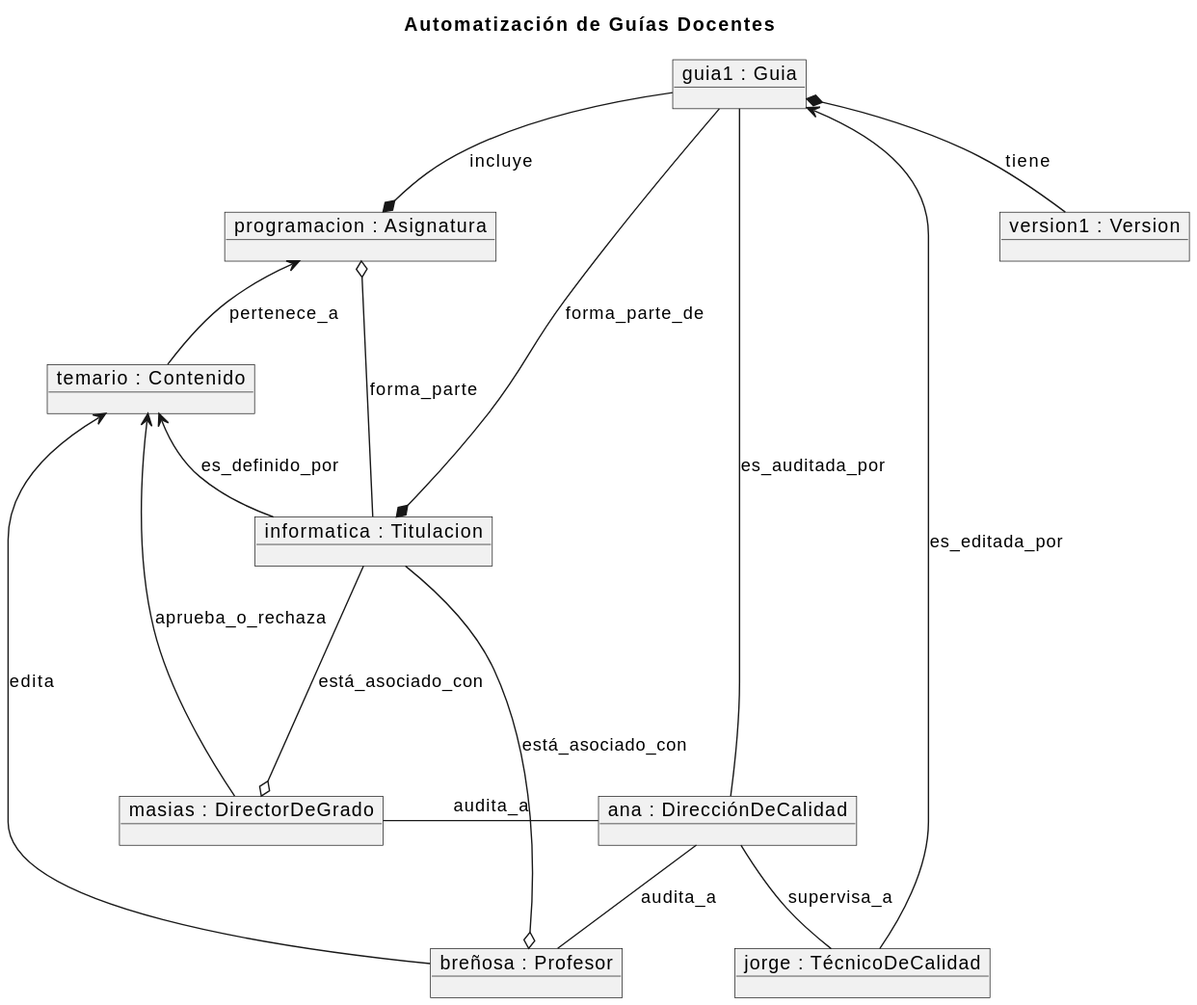
The PlantUML diagram images/modelosUML/DiagramaObjetos.svg in mmasias/24-25-IdSw1-SDR, before a commit.
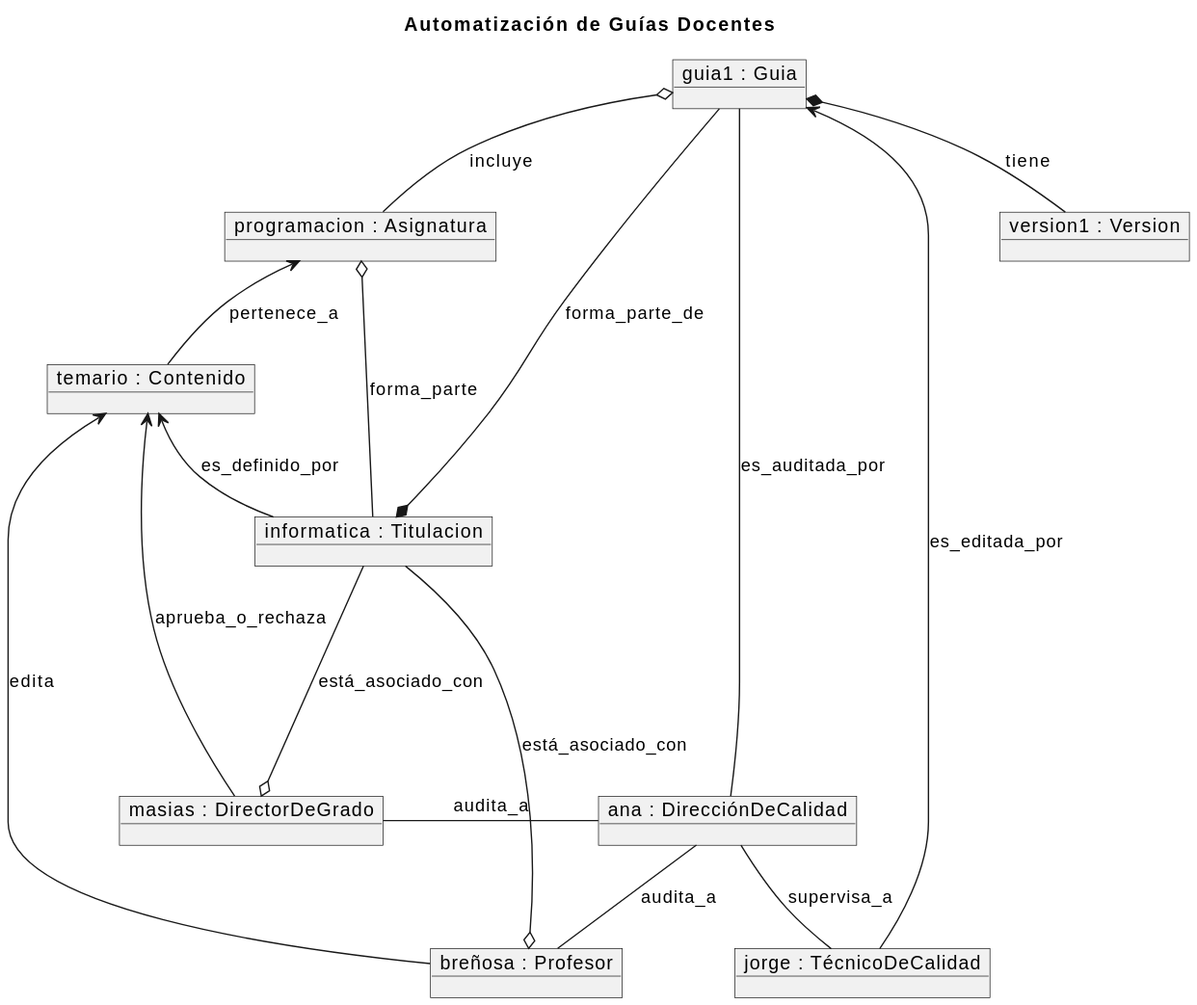
The same file after the commit.

Change to the diagram source:
```diff
@@ -12,7 +12,7 @@
 object "version1 : Version" as version1
 
 guia1 --* informatica : "forma_parte_de"
-guia1 --* programacion : "incluye"
+guia1 o-- programacion : "incluye"
 
 programacion <-down- temario : "pertenece_a"
 programacion o-down- informatica : "forma_parte"
```
